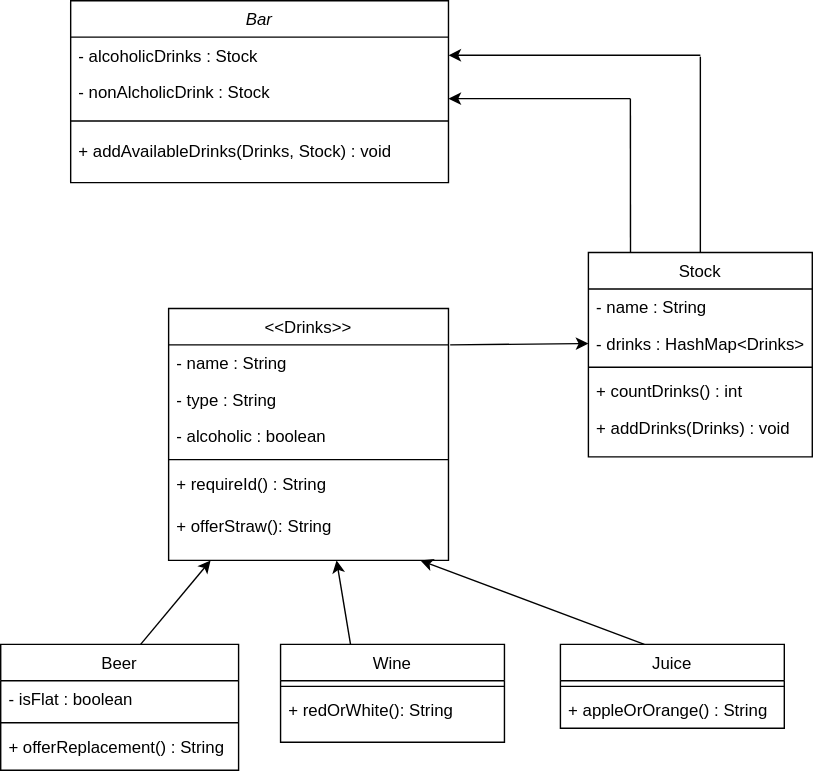
Earlier version of the draw.io export PolymorphismUML.svg (bendesousa/polymorphism_lab). Source tidied: cells renumbered, new cells last; positions are measured from the earlier drawing's top-left corner, leaving out a move shared by most shapes. Its diagram source:
```xml
<mxGraphModel>
  <root>
    <mxCell id="0" />
    <mxCell id="1" parent="0" />
    <mxCell id="2" value="Bar" style="swimlane;fontStyle=2;align=center;verticalAlign=top;horizontal=1;startSize=26;rounded=0;shadow=0;strokeWidth=1;" parent="1" vertex="1">
      <mxGeometry x="50" width="270" height="130" as="geometry" />
    </mxCell>
    <mxCell id="3" value="- alcoholicDrinks : Stock" style="text;align=left;verticalAlign=top;spacingLeft=4;spacingRight=4;overflow=hidden;points=[[0,0.5],[1,0.5]];portConstraint=eastwest;" parent="2" vertex="1">
      <mxGeometry y="26" width="270" height="26" as="geometry" />
    </mxCell>
    <mxCell id="4" value="- nonAlcholicDrink : Stock" style="text;align=left;verticalAlign=top;spacingLeft=4;spacingRight=4;overflow=hidden;rounded=0;shadow=0;html=0;" parent="2" vertex="1">
      <mxGeometry y="52" width="270" height="26" as="geometry" />
    </mxCell>
    <mxCell id="5" style="line;html=1;strokeWidth=1;align=left;verticalAlign=middle;spacingTop=-1;spacingLeft=3;spacingRight=3;labelPosition=right;" parent="2" vertex="1">
      <mxGeometry y="78" width="270" height="16" as="geometry" />
    </mxCell>
    <mxCell id="6" value="+ addAvailableDrinks(Drinks, Stock) : void" style="text;align=left;verticalAlign=top;spacingLeft=4;spacingRight=4;overflow=hidden;rounded=0;shadow=0;html=0;" parent="2" vertex="1">
      <mxGeometry y="94" width="270" height="26" as="geometry" />
    </mxCell>
    <mxCell id="7" value="Stock" style="swimlane;fontStyle=0;align=center;verticalAlign=top;horizontal=1;startSize=26;rounded=0;shadow=0;strokeWidth=1;" parent="1" vertex="1">
      <mxGeometry x="420" y="180" width="160" height="146" as="geometry" />
    </mxCell>
    <mxCell id="8" value="- name : String" style="text;align=left;verticalAlign=top;spacingLeft=4;spacingRight=4;overflow=hidden;" parent="7" vertex="1">
      <mxGeometry y="26" width="160" height="26" as="geometry" />
    </mxCell>
    <mxCell id="9" value="- drinks : HashMap&lt;Drinks&gt;" style="text;align=left;verticalAlign=top;spacingLeft=4;spacingRight=4;overflow=hidden;points=[[0,0.5],[1,0.5]];portConstraint=eastwest;rounded=0;shadow=0;html=0;" parent="7" vertex="1">
      <mxGeometry y="52" width="160" height="26" as="geometry" />
    </mxCell>
    <mxCell id="10" style="line;html=1;strokeWidth=1;align=left;verticalAlign=middle;spacingTop=-1;spacingLeft=3;spacingRight=3;labelPosition=right;" parent="7" vertex="1">
      <mxGeometry y="78" width="160" height="8" as="geometry" />
    </mxCell>
    <mxCell id="11" value="+ countDrinks() : int" style="text;align=left;verticalAlign=top;spacingLeft=4;spacingRight=4;overflow=hidden;" parent="7" vertex="1">
      <mxGeometry y="86" width="160" height="26" as="geometry" />
    </mxCell>
    <mxCell id="12" value="+ addDrinks(Drinks) : void" style="text;align=left;verticalAlign=top;spacingLeft=4;spacingRight=4;overflow=hidden;" parent="7" vertex="1">
      <mxGeometry y="112" width="160" height="26" as="geometry" />
    </mxCell>
    <mxCell id="13" style="endArrow=none;html=1;rounded=0;exitX=0.5;exitY=0;exitDx=0;exitDy=0;" parent="1" edge="1" source="7">
      <mxGeometry relative="1" as="geometry">
        <mxPoint x="500" y="40" as="targetPoint" />
      </mxGeometry>
    </mxCell>
    <mxCell id="14" style="endArrow=none;html=1;rounded=0;targetPerimeterSpacing=0;exitX=0.188;exitY=0;exitDx=0;exitDy=0;exitPerimeter=0;" parent="1" edge="1" source="7">
      <mxGeometry relative="1" as="geometry">
        <mxPoint x="450" y="70" as="targetPoint" />
      </mxGeometry>
    </mxCell>
    <mxCell id="15" style="endArrow=classic;html=1;rounded=0;entryX=1;entryY=0.5;entryDx=0;entryDy=0;" parent="1" edge="1" target="3">
      <mxGeometry relative="1" as="geometry">
        <mxPoint x="500" y="39" as="sourcePoint" />
      </mxGeometry>
    </mxCell>
    <mxCell id="16" style="endArrow=classic;html=1;rounded=0;" parent="1" edge="1">
      <mxGeometry relative="1" as="geometry">
        <mxPoint x="450" y="70" as="sourcePoint" />
        <mxPoint x="320" y="70" as="targetPoint" />
      </mxGeometry>
    </mxCell>
    <mxCell id="17" value="&lt;&lt;Drinks&gt;&gt;" style="swimlane;fontStyle=0;align=center;verticalAlign=top;horizontal=1;startSize=26;rounded=0;shadow=0;strokeWidth=1;" parent="1" vertex="1">
      <mxGeometry x="120" y="220" width="200" height="180" as="geometry" />
    </mxCell>
    <mxCell id="18" value="- name : String" style="text;align=left;verticalAlign=top;spacingLeft=4;spacingRight=4;overflow=hidden;points=[[0,0.5],[1,0.5]];portConstraint=eastwest;" parent="17" vertex="1">
      <mxGeometry y="26" width="200" height="26" as="geometry" />
    </mxCell>
    <mxCell id="19" value="- type : String " style="text;align=left;verticalAlign=top;spacingLeft=4;spacingRight=4;overflow=hidden;rounded=0;shadow=0;html=0;" parent="17" vertex="1">
      <mxGeometry y="52" width="200" height="26" as="geometry" />
    </mxCell>
    <mxCell id="20" value="- alcoholic : boolean" style="text;align=left;verticalAlign=top;spacingLeft=4;spacingRight=4;overflow=hidden;" parent="17" vertex="1">
      <mxGeometry y="78" width="200" height="26" as="geometry" />
    </mxCell>
    <mxCell id="21" style="line;html=1;strokeWidth=1;align=left;verticalAlign=middle;spacingTop=-1;spacingLeft=3;spacingRight=3;labelPosition=right;" parent="17" vertex="1">
      <mxGeometry y="104" width="200" height="8" as="geometry" />
    </mxCell>
    <mxCell id="22" value="+ requireId() : String " style="text;align=left;verticalAlign=top;spacingLeft=4;spacingRight=4;overflow=hidden;" parent="17" vertex="1">
      <mxGeometry y="112" width="200" height="30" as="geometry" />
    </mxCell>
    <mxCell id="23" value="+ offerStraw(): String" style="text;align=left;verticalAlign=top;spacingLeft=4;spacingRight=4;overflow=hidden;rounded=0;shadow=0;html=0;" parent="17" vertex="1">
      <mxGeometry y="142" width="200" height="26" as="geometry" />
    </mxCell>
    <mxCell id="24" style="endArrow=classic;html=1;rounded=0;targetPerimeterSpacing=0;entryX=0;entryY=0.5;entryDx=0;entryDy=0;exitX=1.006;exitY=0;exitDx=0;exitDy=0;exitPerimeter=0;" parent="1" edge="1" source="18" target="9">
      <mxGeometry relative="1" as="geometry" />
    </mxCell>
    <mxCell id="25" value="Beer" style="swimlane;fontStyle=0;align=center;verticalAlign=top;horizontal=1;startSize=26;rounded=0;shadow=0;strokeWidth=1;" parent="1" vertex="1">
      <mxGeometry y="460" width="170" height="90" as="geometry" />
    </mxCell>
    <mxCell id="26" value="- isFlat : boolean" style="text;align=left;verticalAlign=top;spacingLeft=4;spacingRight=4;overflow=hidden;rounded=0;shadow=0;html=0;" parent="25" vertex="1">
      <mxGeometry y="26" width="170" height="26" as="geometry" />
    </mxCell>
    <mxCell id="27" style="line;html=1;strokeWidth=1;align=left;verticalAlign=middle;spacingTop=-1;spacingLeft=3;spacingRight=3;labelPosition=right;" parent="25" vertex="1">
      <mxGeometry y="52" width="170" height="8" as="geometry" />
    </mxCell>
    <mxCell id="28" value="+ offerReplacement() : String" style="text;align=left;verticalAlign=top;spacingLeft=4;spacingRight=4;overflow=hidden;" parent="25" vertex="1">
      <mxGeometry y="60" width="170" height="26" as="geometry" />
    </mxCell>
    <mxCell id="29" value="Wine" style="swimlane;fontStyle=0;align=center;verticalAlign=top;horizontal=1;startSize=26;rounded=0;shadow=0;strokeWidth=1;" parent="1" vertex="1">
      <mxGeometry x="200" y="460" width="160" height="70" as="geometry" />
    </mxCell>
    <mxCell id="30" style="line;html=1;strokeWidth=1;align=left;verticalAlign=middle;spacingTop=-1;spacingLeft=3;spacingRight=3;labelPosition=right;" parent="29" vertex="1">
      <mxGeometry y="26" width="160" height="8" as="geometry" />
    </mxCell>
    <mxCell id="31" value="+ redOrWhite(): String" style="text;align=left;verticalAlign=top;spacingLeft=4;spacingRight=4;overflow=hidden;" parent="29" vertex="1">
      <mxGeometry y="34" width="160" height="26" as="geometry" />
    </mxCell>
    <mxCell id="32" value="Juice" style="swimlane;fontStyle=0;align=center;verticalAlign=top;horizontal=1;startSize=26;rounded=0;shadow=0;strokeWidth=1;" parent="1" vertex="1">
      <mxGeometry x="400" y="460" width="160" height="60" as="geometry" />
    </mxCell>
    <mxCell id="33" style="line;html=1;strokeWidth=1;align=left;verticalAlign=middle;spacingTop=-1;spacingLeft=3;spacingRight=3;labelPosition=right;" parent="32" vertex="1">
      <mxGeometry y="26" width="160" height="8" as="geometry" />
    </mxCell>
    <mxCell id="34" value="+ appleOrOrange() : String" style="text;align=left;verticalAlign=top;spacingLeft=4;spacingRight=4;overflow=hidden;" parent="32" vertex="1">
      <mxGeometry y="34" width="160" height="26" as="geometry" />
    </mxCell>
    <mxCell id="35" style="endArrow=classic;html=1;rounded=0;targetPerimeterSpacing=0;" parent="1" edge="1">
      <mxGeometry relative="1" as="geometry">
        <mxPoint x="460" y="460" as="sourcePoint" />
        <mxPoint x="300" y="400" as="targetPoint" />
      </mxGeometry>
    </mxCell>
    <mxCell id="36" style="endArrow=classic;html=1;rounded=0;targetPerimeterSpacing=0;" parent="1" edge="1">
      <mxGeometry relative="1" as="geometry">
        <mxPoint x="250" y="460" as="sourcePoint" />
        <mxPoint x="240" y="400" as="targetPoint" />
      </mxGeometry>
    </mxCell>
    <mxCell id="37" style="endArrow=classic;html=1;rounded=0;targetPerimeterSpacing=0;" parent="1" edge="1">
      <mxGeometry relative="1" as="geometry">
        <mxPoint x="100" y="460" as="sourcePoint" />
        <mxPoint x="150" y="400" as="targetPoint" />
      </mxGeometry>
    </mxCell>
  </root>
</mxGraphModel>
```
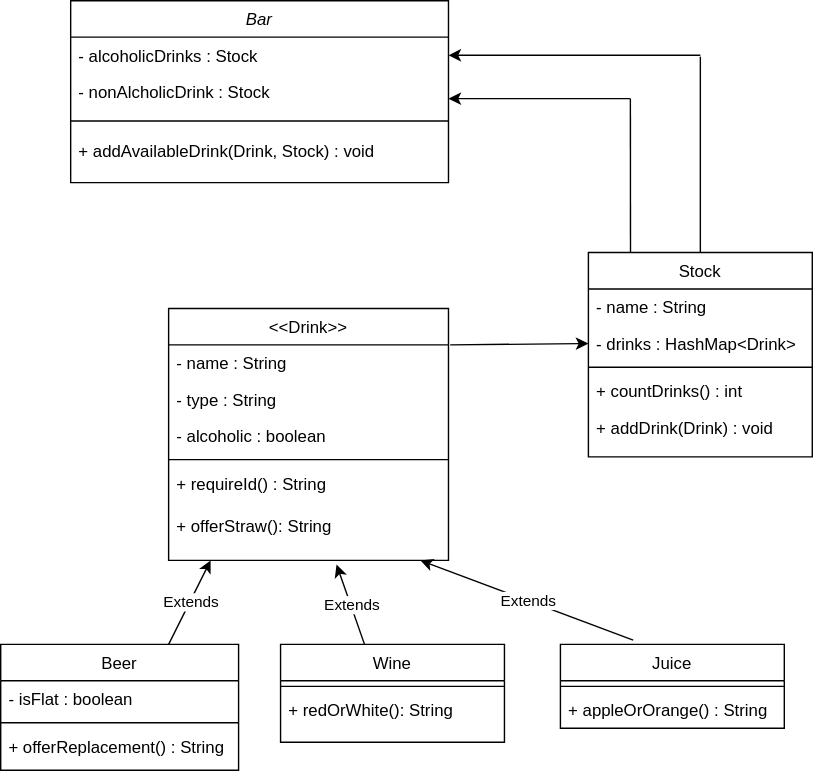
Above is the later version.

Commit message:
worked on drink class

Diff of the diagram source:
```diff
@@ -14,7 +14,7 @@
     <mxCell id="5" style="line;html=1;strokeWidth=1;align=left;verticalAlign=middle;spacingTop=-1;spacingLeft=3;spacingRight=3;labelPosition=right;" parent="2" vertex="1">
       <mxGeometry y="78" width="270" height="16" as="geometry" />
     </mxCell>
-    <mxCell id="6" value="+ addAvailableDrinks(Drinks, Stock) : void" style="text;align=left;verticalAlign=top;spacingLeft=4;spacingRight=4;overflow=hidden;rounded=0;shadow=0;html=0;" parent="2" vertex="1">
+    <mxCell id="6" value="+ addAvailableDrink(Drink, Stock) : void" style="text;align=left;verticalAlign=top;spacingLeft=4;spacingRight=4;overflow=hidden;rounded=0;shadow=0;html=0;" parent="2" vertex="1">
       <mxGeometry y="94" width="270" height="26" as="geometry" />
     </mxCell>
     <mxCell id="7" value="Stock" style="swimlane;fontStyle=0;align=center;verticalAlign=top;horizontal=1;startSize=26;rounded=0;shadow=0;strokeWidth=1;" parent="1" vertex="1">
@@ -23,7 +23,7 @@
     <mxCell id="8" value="- name : String" style="text;align=left;verticalAlign=top;spacingLeft=4;spacingRight=4;overflow=hidden;" parent="7" vertex="1">
       <mxGeometry y="26" width="160" height="26" as="geometry" />
     </mxCell>
-    <mxCell id="9" value="- drinks : HashMap&lt;Drinks&gt;" style="text;align=left;verticalAlign=top;spacingLeft=4;spacingRight=4;overflow=hidden;points=[[0,0.5],[1,0.5]];portConstraint=eastwest;rounded=0;shadow=0;html=0;" parent="7" vertex="1">
+    <mxCell id="9" value="- drinks : HashMap&lt;Drink&gt;" style="text;align=left;verticalAlign=top;spacingLeft=4;spacingRight=4;overflow=hidden;points=[[0,0.5],[1,0.5]];portConstraint=eastwest;rounded=0;shadow=0;html=0;" parent="7" vertex="1">
       <mxGeometry y="52" width="160" height="26" as="geometry" />
     </mxCell>
     <mxCell id="10" style="line;html=1;strokeWidth=1;align=left;verticalAlign=middle;spacingTop=-1;spacingLeft=3;spacingRight=3;labelPosition=right;" parent="7" vertex="1">
@@ -32,7 +32,7 @@
     <mxCell id="11" value="+ countDrinks() : int" style="text;align=left;verticalAlign=top;spacingLeft=4;spacingRight=4;overflow=hidden;" parent="7" vertex="1">
       <mxGeometry y="86" width="160" height="26" as="geometry" />
     </mxCell>
-    <mxCell id="12" value="+ addDrinks(Drinks) : void" style="text;align=left;verticalAlign=top;spacingLeft=4;spacingRight=4;overflow=hidden;" parent="7" vertex="1">
+    <mxCell id="12" value="+ addDrink(Drink) : void" style="text;align=left;verticalAlign=top;spacingLeft=4;spacingRight=4;overflow=hidden;" parent="7" vertex="1">
       <mxGeometry y="112" width="160" height="26" as="geometry" />
     </mxCell>
     <mxCell id="13" style="endArrow=none;html=1;rounded=0;exitX=0.5;exitY=0;exitDx=0;exitDy=0;" parent="1" edge="1" source="7">
@@ -56,7 +56,7 @@
         <mxPoint x="320" y="70" as="targetPoint" />
       </mxGeometry>
     </mxCell>
-    <mxCell id="17" value="&lt;&lt;Drinks&gt;&gt;" style="swimlane;fontStyle=0;align=center;verticalAlign=top;horizontal=1;startSize=26;rounded=0;shadow=0;strokeWidth=1;" parent="1" vertex="1">
+    <mxCell id="17" value="&lt;&lt;Drink&gt;&gt;" style="swimlane;fontStyle=0;align=center;verticalAlign=top;horizontal=1;startSize=26;rounded=0;shadow=0;strokeWidth=1;" parent="1" vertex="1">
       <mxGeometry x="120" y="220" width="200" height="180" as="geometry" />
     </mxCell>
     <mxCell id="18" value="- name : String" style="text;align=left;verticalAlign=top;spacingLeft=4;spacingRight=4;overflow=hidden;points=[[0,0.5],[1,0.5]];portConstraint=eastwest;" parent="17" vertex="1">
@@ -110,23 +110,29 @@
     <mxCell id="34" value="+ appleOrOrange() : String" style="text;align=left;verticalAlign=top;spacingLeft=4;spacingRight=4;overflow=hidden;" parent="32" vertex="1">
       <mxGeometry y="34" width="160" height="26" as="geometry" />
     </mxCell>
-    <mxCell id="35" style="endArrow=classic;html=1;rounded=0;targetPerimeterSpacing=0;" parent="1" edge="1">
-      <mxGeometry relative="1" as="geometry">
-        <mxPoint x="460" y="460" as="sourcePoint" />
-        <mxPoint x="300" y="400" as="targetPoint" />
-      </mxGeometry>
-    </mxCell>
-    <mxCell id="36" style="endArrow=classic;html=1;rounded=0;targetPerimeterSpacing=0;" parent="1" edge="1">
-      <mxGeometry relative="1" as="geometry">
-        <mxPoint x="250" y="460" as="sourcePoint" />
-        <mxPoint x="240" y="400" as="targetPoint" />
-      </mxGeometry>
-    </mxCell>
-    <mxCell id="37" style="endArrow=classic;html=1;rounded=0;targetPerimeterSpacing=0;" parent="1" edge="1">
-      <mxGeometry relative="1" as="geometry">
-        <mxPoint x="100" y="460" as="sourcePoint" />
-        <mxPoint x="150" y="400" as="targetPoint" />
-      </mxGeometry>
-    </mxCell>
+    <mxCell id="38" style="endArrow=classic;html=1;rounded=0;targetPerimeterSpacing=0;exitX=0.325;exitY=-0.05;exitDx=0;exitDy=0;exitPerimeter=0;" parent="1" edge="1" source="32">
+      <mxGeometry relative="1" as="geometry">
+        <mxPoint x="300" y="400" as="targetPoint" />
+      </mxGeometry>
+    </mxCell>
+    <mxCell id="39" value="Extends" style="edgeLabel;html=1;align=center;verticalAlign=middle;" parent="38" vertex="1">
+      <mxGeometry relative="1" as="geometry" />
+    </mxCell>
+    <mxCell id="40" style="endArrow=classic;html=1;rounded=0;targetPerimeterSpacing=0;exitX=0.706;exitY=0;exitDx=0;exitDy=0;exitPerimeter=0;" parent="1" edge="1" source="25">
+      <mxGeometry relative="1" as="geometry">
+        <mxPoint x="150" y="400" as="targetPoint" />
+      </mxGeometry>
+    </mxCell>
+    <mxCell id="41" value="Extends" style="edgeLabel;html=1;align=center;verticalAlign=middle;" parent="40" vertex="1">
+      <mxGeometry relative="1" as="geometry" />
+    </mxCell>
+    <mxCell id="42" style="endArrow=classic;html=1;rounded=0;targetPerimeterSpacing=0;exitX=0.375;exitY=0;exitDx=0;exitDy=0;exitPerimeter=0;" parent="1" edge="1" source="29">
+      <mxGeometry relative="1" as="geometry">
+        <mxPoint x="240" y="403" as="targetPoint" />
+      </mxGeometry>
+    </mxCell>
+    <mxCell id="43" value="Extends" style="edgeLabel;html=1;align=center;verticalAlign=middle;" parent="42" vertex="1">
+      <mxGeometry relative="1" as="geometry" />
+    </mxCell>
   </root>
 </mxGraphModel>
```
